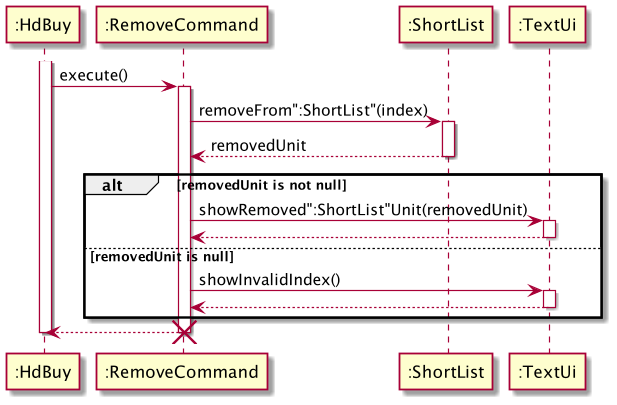
Above: docs/diagrams/RemoveCommand.png in nus-cs2113-AY2021S2/tp (PlantUML), before the change.
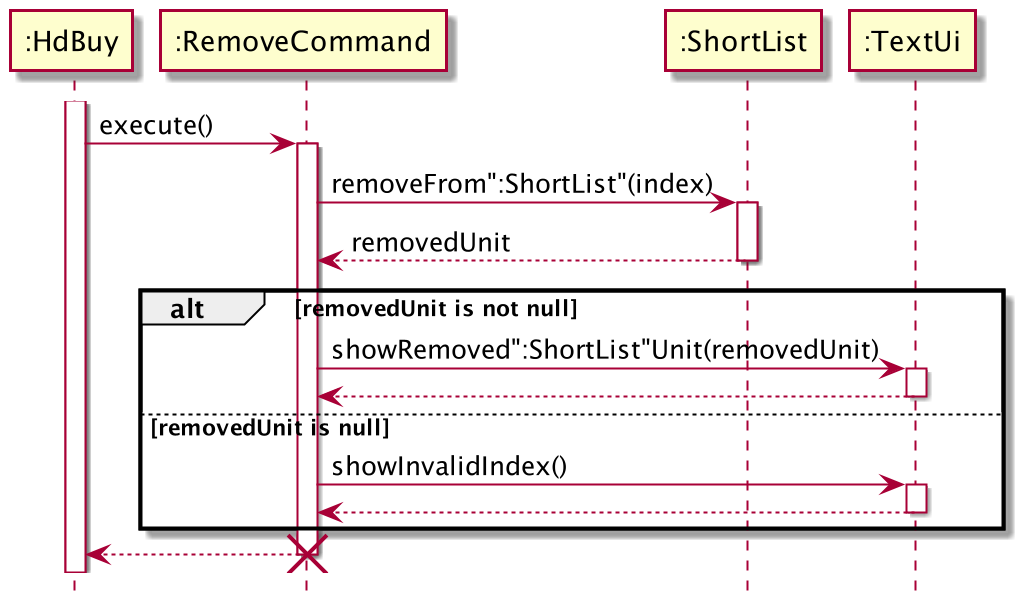
Later version of the same file.

The edit, as a diff of the source:
```diff
@@ -1,5 +1,5 @@
 @startuml
-
+hide footbox
 activate ":HdBuy"
         ":HdBuy" -> ":RemoveCommand": execute()
         activate ":RemoveCommand"
@@ -20,5 +20,5 @@
         end
         ":HdBuy" <-- ":RemoveCommand"
         destroy ":RemoveCommand"
-deactivate ":HdBuy"
+
 @enduml
```
